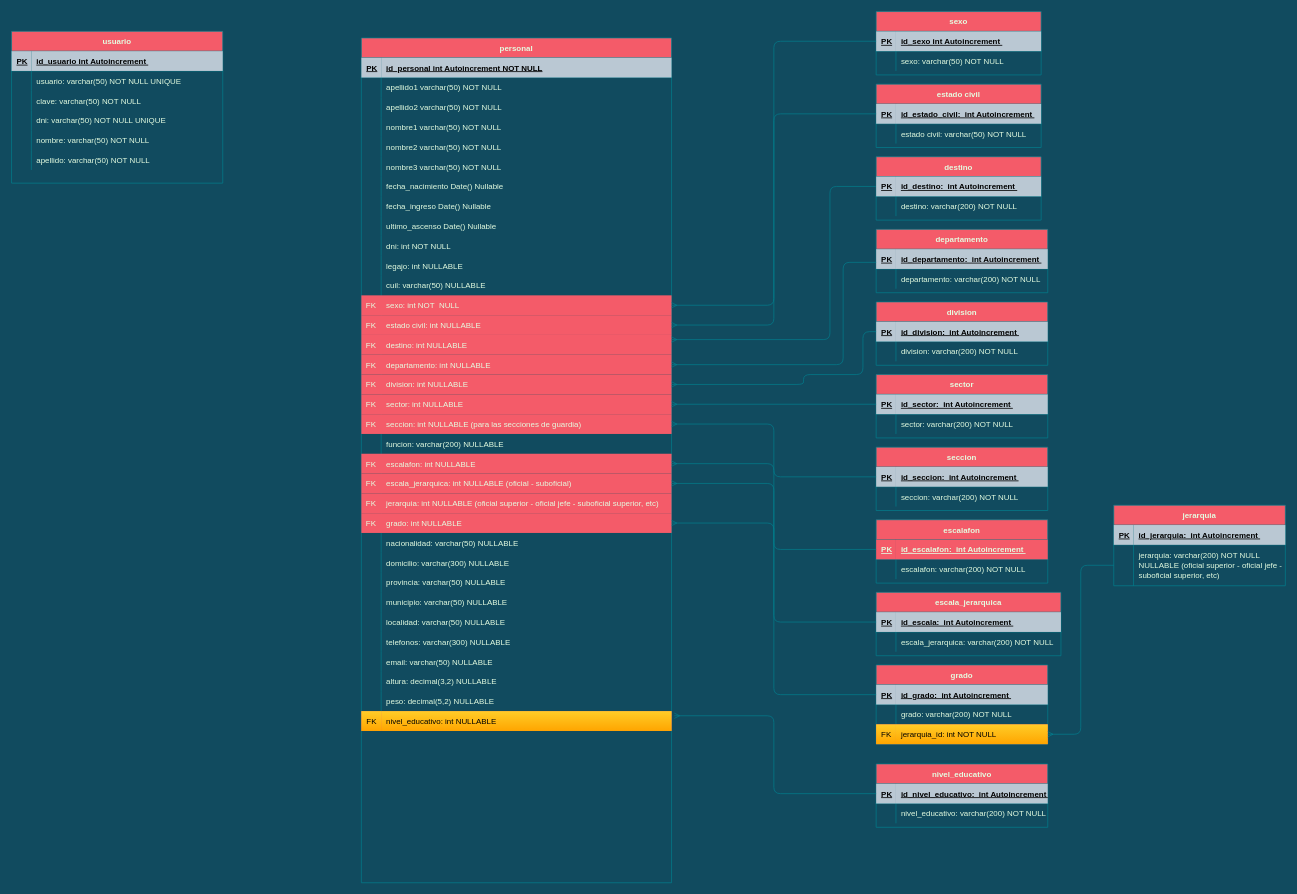
FSALVA157/EsquemasER keeps this draw.io diagram as Cuerpo Penitenciario.drawio. Above is the earlier version. Source tidied: cells renumbered, new cells numbered last; positions are measured from the earlier drawing's top-left corner, leaving out a move shared by most shapes. Both pictures are drawn from the tidied source at 66%, with x=0, y=0 at pixel (11, 11).
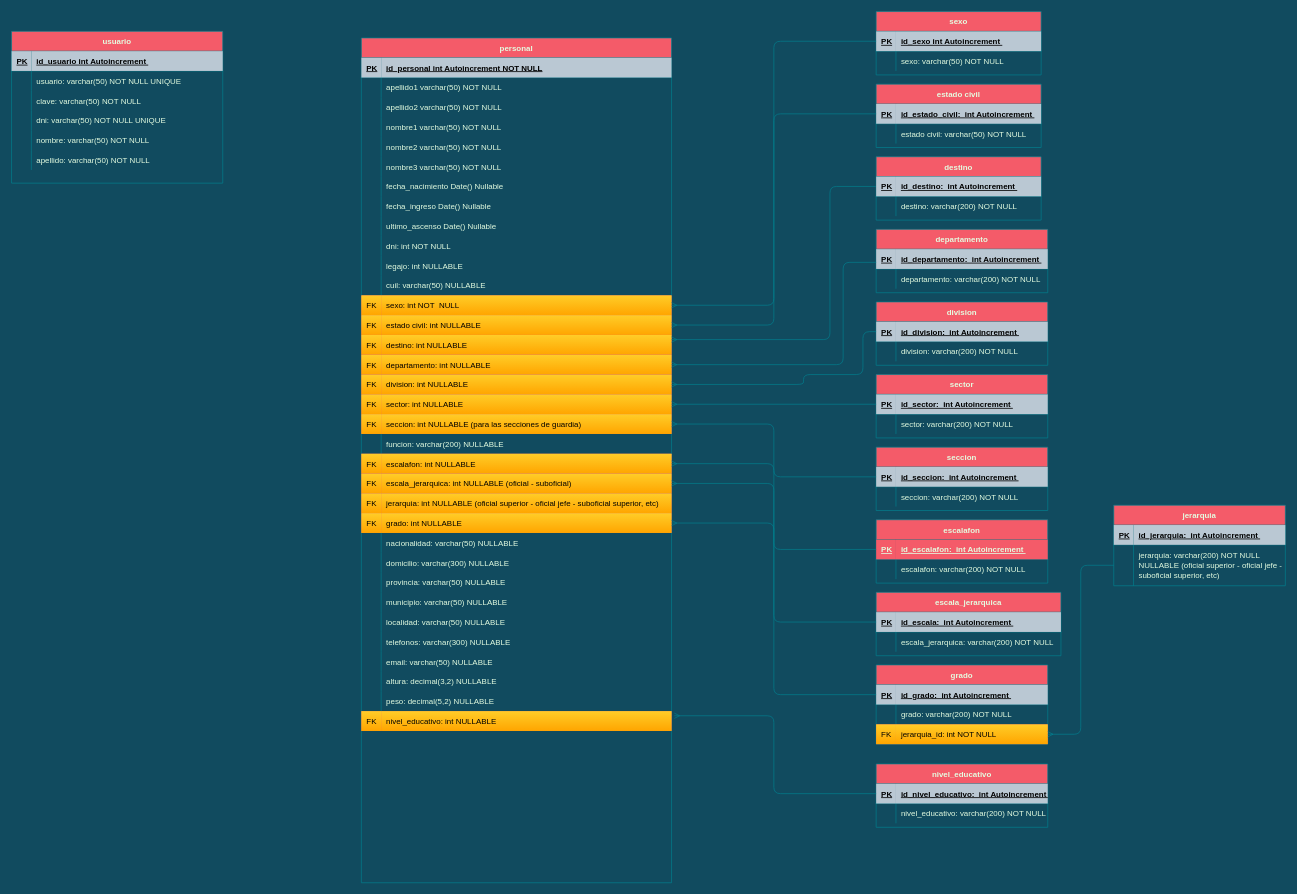
Above is the later version.

The change refers to these unchanged cells:
```xml
<mxCell id="39" style="shape=partialRectangle;fillColor=#F45B69;points=[[0,0.5],[1,0.5]];portConstraint=eastwest;top=0;left=0;right=0;bottom=0;strokeColor=#028090;fontColor=#E4FDE1;" parent="2" vertex="1">
  <mxGeometry y="390" width="470" height="30" as="geometry" />
</mxCell>
<mxCell id="42" style="shape=partialRectangle;fillColor=#F45B69;points=[[0,0.5],[1,0.5]];portConstraint=eastwest;top=0;left=0;right=0;bottom=0;strokeColor=#028090;fontColor=#E4FDE1;" parent="2" vertex="1">
  <mxGeometry y="420" width="470" height="30" as="geometry" />
</mxCell>
<mxCell id="45" style="shape=partialRectangle;fillColor=#F45B69;points=[[0,0.5],[1,0.5]];portConstraint=eastwest;top=0;left=0;right=0;bottom=0;strokeColor=#028090;fontColor=#E4FDE1;" parent="2" vertex="1">
  <mxGeometry y="450" width="470" height="30" as="geometry" />
</mxCell>
<mxCell id="48" style="shape=partialRectangle;fillColor=#F45B69;points=[[0,0.5],[1,0.5]];portConstraint=eastwest;top=0;left=0;right=0;bottom=0;strokeColor=#028090;fontColor=#E4FDE1;" parent="2" vertex="1">
  <mxGeometry y="480" width="470" height="30" as="geometry" />
</mxCell>
<mxCell id="51" style="shape=partialRectangle;fillColor=#F45B69;points=[[0,0.5],[1,0.5]];portConstraint=eastwest;top=0;left=0;right=0;bottom=0;strokeColor=#028090;fontColor=#E4FDE1;" parent="2" vertex="1">
  <mxGeometry y="510" width="470" height="30" as="geometry" />
</mxCell>
<mxCell id="54" style="shape=partialRectangle;fillColor=#F45B69;points=[[0,0.5],[1,0.5]];portConstraint=eastwest;top=0;left=0;right=0;bottom=0;strokeColor=#028090;fontColor=#E4FDE1;" parent="2" vertex="1">
  <mxGeometry y="540" width="470" height="30" as="geometry" />
</mxCell>
<mxCell id="57" style="shape=partialRectangle;fillColor=#F45B69;points=[[0,0.5],[1,0.5]];portConstraint=eastwest;top=0;left=0;right=0;bottom=0;strokeColor=#028090;fontColor=#E4FDE1;" parent="2" vertex="1">
  <mxGeometry y="570" width="470" height="30" as="geometry" />
</mxCell>
<mxCell id="63" style="shape=partialRectangle;fillColor=#F45B69;points=[[0,0.5],[1,0.5]];portConstraint=eastwest;top=0;left=0;right=0;bottom=0;strokeColor=#028090;fontColor=#E4FDE1;" parent="2" vertex="1">
  <mxGeometry y="630" width="470" height="30" as="geometry" />
</mxCell>
<mxCell id="66" style="shape=partialRectangle;fillColor=#F45B69;points=[[0,0.5],[1,0.5]];portConstraint=eastwest;top=0;left=0;right=0;bottom=0;strokeColor=#028090;fontColor=#E4FDE1;" parent="2" vertex="1">
  <mxGeometry y="660" width="470" height="30" as="geometry" />
</mxCell>
<mxCell id="69" style="shape=partialRectangle;fillColor=#F45B69;top=0;left=0;right=0;bottom=0;strokeColor=#028090;fontColor=#E4FDE1;" parent="2" vertex="1">
  <mxGeometry y="690" width="470" height="30" as="geometry" />
</mxCell>
<mxCell id="72" style="shape=partialRectangle;fillColor=#F45B69;points=[[0,0.5],[1,0.5]];portConstraint=eastwest;top=0;left=0;right=0;bottom=0;strokeColor=#028090;fontColor=#E4FDE1;" parent="2" vertex="1">
  <mxGeometry y="720" width="470" height="30" as="geometry" />
</mxCell>
```

What changed in the source:
```diff
@@
-    <mxCell id="40" value="FK" style="shape=partialRectangle;overflow=hidden;fillColor=none;top=0;left=0;bottom=0;right=0;strokeColor=#028090;fontColor=#E4FDE1;" parent="39" vertex="1">
+    <mxCell id="40" value="FK" style="shape=partialRectangle;overflow=hidden;fillColor=#ffcd28;top=0;left=0;bottom=0;right=0;strokeColor=#d79b00;fontColor=#000000;align=left;strokeWidth=1;gradientColor=#ffa500;spacingLeft=6;" parent="39" vertex="1">
       <mxGeometry width="30" height="30" as="geometry" />
     </mxCell>
-    <mxCell id="41" value="sexo: int NOT  NULL" style="shape=partialRectangle;overflow=hidden;top=0;left=0;bottom=0;right=0;align=left;spacingLeft=6;perimeterSpacing=0;strokeWidth=1;opacity=0;labelBorderColor=none;fillColor=none;strokeColor=#028090;fontColor=#E4FDE1;" parent="39" vertex="1">
+    <mxCell id="41" value="sexo: int NOT  NULL" style="shape=partialRectangle;overflow=hidden;top=0;left=0;bottom=0;right=0;align=left;spacingLeft=6;perimeterSpacing=0;strokeWidth=1;labelBorderColor=none;fillColor=#ffcd28;strokeColor=#d79b00;fontColor=#000000;gradientColor=#ffa500;" parent="39" vertex="1">
       <mxGeometry x="30" width="440" height="30" as="geometry" />
     </mxCell>
@@
-    <mxCell id="43" value="FK" style="shape=partialRectangle;overflow=hidden;fillColor=none;top=0;left=0;bottom=0;right=0;strokeColor=#028090;fontColor=#E4FDE1;" parent="42" vertex="1">
+    <mxCell id="43" value="FK" style="shape=partialRectangle;overflow=hidden;fillColor=#ffcd28;top=0;left=0;bottom=0;right=0;strokeColor=#d79b00;fontColor=#000000;align=left;strokeWidth=1;gradientColor=#ffa500;spacingLeft=6;" parent="42" vertex="1">
       <mxGeometry width="30" height="30" as="geometry" />
     </mxCell>
-    <mxCell id="44" value="estado civil: int NULLABLE" style="shape=partialRectangle;overflow=hidden;top=0;left=0;bottom=0;right=0;align=left;spacingLeft=6;perimeterSpacing=0;strokeWidth=1;opacity=0;labelBorderColor=none;fillColor=none;strokeColor=#028090;fontColor=#E4FDE1;" parent="42" vertex="1">
+    <mxCell id="44" value="estado civil: int NULLABLE" style="shape=partialRectangle;overflow=hidden;top=0;left=0;bottom=0;right=0;align=left;spacingLeft=6;perimeterSpacing=0;strokeWidth=1;labelBorderColor=none;fillColor=#ffcd28;strokeColor=#d79b00;fontColor=#000000;gradientColor=#ffa500;" parent="42" vertex="1">
       <mxGeometry x="30" width="440" height="30" as="geometry" />
     </mxCell>
@@
-    <mxCell id="46" value="FK" style="shape=partialRectangle;overflow=hidden;fillColor=none;top=0;left=0;bottom=0;right=0;strokeColor=#028090;fontColor=#E4FDE1;" parent="45" vertex="1">
+    <mxCell id="46" value="FK" style="shape=partialRectangle;overflow=hidden;fillColor=#ffcd28;top=0;left=0;bottom=0;right=0;strokeColor=#d79b00;fontColor=#000000;align=left;strokeWidth=1;gradientColor=#ffa500;spacingLeft=6;" parent="45" vertex="1">
       <mxGeometry width="30" height="30" as="geometry" />
     </mxCell>
-    <mxCell id="47" value="destino: int NULLABLE" style="shape=partialRectangle;overflow=hidden;top=0;left=0;bottom=0;right=0;align=left;spacingLeft=6;perimeterSpacing=0;strokeWidth=1;opacity=0;labelBorderColor=none;fillColor=none;strokeColor=#028090;fontColor=#E4FDE1;" parent="45" vertex="1">
+    <mxCell id="47" value="destino: int NULLABLE" style="shape=partialRectangle;overflow=hidden;top=0;left=0;bottom=0;right=0;align=left;spacingLeft=6;perimeterSpacing=0;strokeWidth=1;labelBorderColor=none;fillColor=#ffcd28;strokeColor=#d79b00;fontColor=#000000;gradientColor=#ffa500;" parent="45" vertex="1">
       <mxGeometry x="30" width="440" height="30" as="geometry" />
     </mxCell>
@@
-    <mxCell id="49" value="FK" style="shape=partialRectangle;overflow=hidden;fillColor=none;top=0;left=0;bottom=0;right=0;strokeColor=#028090;fontColor=#E4FDE1;" parent="48" vertex="1">
+    <mxCell id="49" value="FK" style="shape=partialRectangle;overflow=hidden;fillColor=#ffcd28;top=0;left=0;bottom=0;right=0;strokeColor=#d79b00;fontColor=#000000;align=left;strokeWidth=1;gradientColor=#ffa500;spacingLeft=6;" parent="48" vertex="1">
       <mxGeometry width="30" height="30" as="geometry" />
     </mxCell>
-    <mxCell id="50" value="departamento: int NULLABLE" style="shape=partialRectangle;overflow=hidden;top=0;left=0;bottom=0;right=0;align=left;spacingLeft=6;perimeterSpacing=0;strokeWidth=1;opacity=0;labelBorderColor=none;fillColor=none;strokeColor=#028090;fontColor=#E4FDE1;" parent="48" vertex="1">
+    <mxCell id="50" value="departamento: int NULLABLE" style="shape=partialRectangle;overflow=hidden;top=0;left=0;bottom=0;right=0;align=left;spacingLeft=6;perimeterSpacing=0;strokeWidth=1;labelBorderColor=none;fillColor=#ffcd28;strokeColor=#d79b00;fontColor=#000000;gradientColor=#ffa500;" parent="48" vertex="1">
       <mxGeometry x="30" width="440" height="30" as="geometry" />
     </mxCell>
@@
-    <mxCell id="52" value="FK" style="shape=partialRectangle;overflow=hidden;fillColor=none;top=0;left=0;bottom=0;right=0;strokeColor=#028090;fontColor=#E4FDE1;" parent="51" vertex="1">
+    <mxCell id="52" value="FK" style="shape=partialRectangle;overflow=hidden;fillColor=#ffcd28;top=0;left=0;bottom=0;right=0;strokeColor=#d79b00;fontColor=#000000;align=left;strokeWidth=1;gradientColor=#ffa500;spacingLeft=6;" parent="51" vertex="1">
       <mxGeometry width="30" height="30" as="geometry" />
     </mxCell>
-    <mxCell id="53" value="division: int NULLABLE" style="shape=partialRectangle;overflow=hidden;top=0;left=0;bottom=0;right=0;align=left;spacingLeft=6;perimeterSpacing=0;strokeWidth=1;opacity=0;labelBorderColor=none;fillColor=none;strokeColor=#028090;fontColor=#E4FDE1;" parent="51" vertex="1">
+    <mxCell id="53" value="division: int NULLABLE" style="shape=partialRectangle;overflow=hidden;top=0;left=0;bottom=0;right=0;align=left;spacingLeft=6;perimeterSpacing=0;strokeWidth=1;labelBorderColor=none;fillColor=#ffcd28;strokeColor=#d79b00;fontColor=#000000;gradientColor=#ffa500;" parent="51" vertex="1">
       <mxGeometry x="30" width="440" height="30" as="geometry" />
     </mxCell>
@@
-    <mxCell id="55" value="FK" style="shape=partialRectangle;overflow=hidden;fillColor=none;top=0;left=0;bottom=0;right=0;strokeColor=#028090;fontColor=#E4FDE1;" parent="54" vertex="1">
+    <mxCell id="55" value="FK" style="shape=partialRectangle;overflow=hidden;fillColor=#ffcd28;top=0;left=0;bottom=0;right=0;strokeColor=#d79b00;fontColor=#000000;align=left;strokeWidth=1;gradientColor=#ffa500;spacingLeft=6;" parent="54" vertex="1">
       <mxGeometry width="30" height="30" as="geometry" />
     </mxCell>
-    <mxCell id="56" value="sector: int NULLABLE" style="shape=partialRectangle;overflow=hidden;top=0;left=0;bottom=0;right=0;align=left;spacingLeft=6;perimeterSpacing=0;strokeWidth=1;opacity=0;labelBorderColor=none;fillColor=none;strokeColor=#028090;fontColor=#E4FDE1;" parent="54" vertex="1">
+    <mxCell id="56" value="sector: int NULLABLE" style="shape=partialRectangle;overflow=hidden;top=0;left=0;bottom=0;right=0;align=left;spacingLeft=6;perimeterSpacing=0;strokeWidth=1;labelBorderColor=none;fillColor=#ffcd28;strokeColor=#d79b00;fontColor=#000000;gradientColor=#ffa500;" parent="54" vertex="1">
       <mxGeometry x="30" width="440" height="30" as="geometry" />
     </mxCell>
@@
-    <mxCell id="58" value="FK" style="shape=partialRectangle;overflow=hidden;fillColor=none;top=0;left=0;bottom=0;right=0;strokeColor=#028090;fontColor=#E4FDE1;" parent="57" vertex="1">
+    <mxCell id="58" value="FK" style="shape=partialRectangle;overflow=hidden;fillColor=#ffcd28;top=0;left=0;bottom=0;right=0;strokeColor=#d79b00;fontColor=#000000;align=left;strokeWidth=1;gradientColor=#ffa500;spacingLeft=6;" parent="57" vertex="1">
       <mxGeometry width="30" height="30" as="geometry" />
     </mxCell>
-    <mxCell id="59" value="seccion: int NULLABLE (para las secciones de guardia)" style="shape=partialRectangle;overflow=hidden;top=0;left=0;bottom=0;right=0;align=left;spacingLeft=6;perimeterSpacing=0;strokeWidth=1;opacity=0;labelBorderColor=none;fillColor=none;strokeColor=#028090;fontColor=#E4FDE1;" parent="57" vertex="1">
+    <mxCell id="59" value="seccion: int NULLABLE (para las secciones de guardia)" style="shape=partialRectangle;overflow=hidden;top=0;left=0;bottom=0;right=0;align=left;spacingLeft=6;perimeterSpacing=0;strokeWidth=1;labelBorderColor=none;fillColor=#ffcd28;strokeColor=#d79b00;fontColor=#000000;gradientColor=#ffa500;" parent="57" vertex="1">
       <mxGeometry x="30" width="440" height="30" as="geometry" />
     </mxCell>
@@
-    <mxCell id="64" value="FK" style="shape=partialRectangle;overflow=hidden;fillColor=none;top=0;left=0;bottom=0;right=0;strokeColor=#028090;fontColor=#E4FDE1;" parent="63" vertex="1">
+    <mxCell id="64" value="FK" style="shape=partialRectangle;overflow=hidden;fillColor=#ffcd28;top=0;left=0;bottom=0;right=0;strokeColor=#d79b00;fontColor=#000000;align=left;strokeWidth=1;gradientColor=#ffa500;spacingLeft=6;" parent="63" vertex="1">
       <mxGeometry width="30" height="30" as="geometry" />
     </mxCell>
-    <mxCell id="65" value="escalafon: int NULLABLE " style="shape=partialRectangle;overflow=hidden;top=0;left=0;bottom=0;right=0;align=left;spacingLeft=6;perimeterSpacing=0;strokeWidth=1;opacity=0;labelBorderColor=none;fillColor=none;strokeColor=#028090;fontColor=#E4FDE1;" parent="63" vertex="1">
+    <mxCell id="65" value="escalafon: int NULLABLE " style="shape=partialRectangle;overflow=hidden;top=0;left=0;bottom=0;right=0;align=left;spacingLeft=6;perimeterSpacing=0;strokeWidth=1;labelBorderColor=none;fillColor=#ffcd28;strokeColor=#d79b00;fontColor=#000000;gradientColor=#ffa500;" parent="63" vertex="1">
       <mxGeometry x="30" width="440" height="30" as="geometry" />
     </mxCell>
@@
-    <mxCell id="67" value="FK" style="shape=partialRectangle;overflow=hidden;fillColor=none;top=0;left=0;bottom=0;right=0;strokeColor=#028090;fontColor=#E4FDE1;" parent="66" vertex="1">
+    <mxCell id="67" value="FK" style="shape=partialRectangle;overflow=hidden;fillColor=#ffcd28;top=0;left=0;bottom=0;right=0;strokeColor=#d79b00;fontColor=#000000;align=left;strokeWidth=1;gradientColor=#ffa500;spacingLeft=6;" parent="66" vertex="1">
       <mxGeometry width="30" height="30" as="geometry" />
     </mxCell>
-    <mxCell id="68" value="escala_jerarquica: int NULLABLE (oficial - suboficial)" style="shape=partialRectangle;overflow=hidden;top=0;left=0;bottom=0;right=0;align=left;spacingLeft=6;perimeterSpacing=0;strokeWidth=1;opacity=0;labelBorderColor=none;fillColor=none;strokeColor=#028090;fontColor=#E4FDE1;" parent="66" vertex="1">
+    <mxCell id="68" value="escala_jerarquica: int NULLABLE (oficial - suboficial)" style="shape=partialRectangle;overflow=hidden;top=0;left=0;bottom=0;right=0;align=left;spacingLeft=6;perimeterSpacing=0;strokeWidth=1;labelBorderColor=none;fillColor=#ffcd28;strokeColor=#d79b00;fontColor=#000000;gradientColor=#ffa500;" parent="66" vertex="1">
       <mxGeometry x="30" width="440" height="30" as="geometry" />
     </mxCell>
@@
-    <mxCell id="70" value="FK" style="shape=partialRectangle;overflow=hidden;fillColor=none;top=0;left=0;bottom=0;right=0;strokeColor=#028090;fontColor=#E4FDE1;" parent="69" vertex="1">
+    <mxCell id="70" value="FK" style="shape=partialRectangle;overflow=hidden;fillColor=#ffcd28;top=0;left=0;bottom=0;right=0;strokeColor=#d79b00;fontColor=#000000;align=left;strokeWidth=1;gradientColor=#ffa500;spacingLeft=6;" parent="69" vertex="1">
       <mxGeometry width="30" height="30" as="geometry" />
     </mxCell>
-    <mxCell id="71" value="jerarquia: int NULLABLE (oficial superior - oficial jefe - suboficial superior, etc)" style="shape=partialRectangle;overflow=hidden;top=0;left=0;bottom=0;right=0;align=left;spacingLeft=6;perimeterSpacing=0;strokeWidth=1;opacity=0;labelBorderColor=none;fillColor=none;strokeColor=#028090;fontColor=#E4FDE1;" parent="69" vertex="1">
+    <mxCell id="71" value="jerarquia: int NULLABLE (oficial superior - oficial jefe - suboficial superior, etc)" style="shape=partialRectangle;overflow=hidden;top=0;left=0;bottom=0;right=0;align=left;spacingLeft=6;perimeterSpacing=0;strokeWidth=1;labelBorderColor=none;fillColor=#ffcd28;strokeColor=#d79b00;fontColor=#000000;gradientColor=#ffa500;" parent="69" vertex="1">
       <mxGeometry x="30" width="440" height="30" as="geometry" />
     </mxCell>
@@
-    <mxCell id="73" value="FK" style="shape=partialRectangle;overflow=hidden;fillColor=none;top=0;left=0;bottom=0;right=0;strokeColor=#028090;fontColor=#E4FDE1;" parent="72" vertex="1">
+    <mxCell id="73" value="FK" style="shape=partialRectangle;overflow=hidden;fillColor=#ffcd28;top=0;left=0;bottom=0;right=0;strokeColor=#d79b00;fontColor=#000000;align=left;strokeWidth=1;gradientColor=#ffa500;spacingLeft=6;" parent="72" vertex="1">
       <mxGeometry width="30" height="30" as="geometry" />
     </mxCell>
-    <mxCell id="74" value="grado: int NULLABLE " style="shape=partialRectangle;overflow=hidden;top=0;left=0;bottom=0;right=0;align=left;spacingLeft=6;perimeterSpacing=0;strokeWidth=1;opacity=0;labelBorderColor=none;fillColor=none;strokeColor=#028090;fontColor=#E4FDE1;" parent="72" vertex="1">
+    <mxCell id="74" value="grado: int NULLABLE " style="shape=partialRectangle;overflow=hidden;top=0;left=0;bottom=0;right=0;align=left;spacingLeft=6;perimeterSpacing=0;strokeWidth=1;labelBorderColor=none;fillColor=#ffcd28;strokeColor=#d79b00;fontColor=#000000;gradientColor=#ffa500;" parent="72" vertex="1">
       <mxGeometry x="30" width="440" height="30" as="geometry" />
     </mxCell>
```
